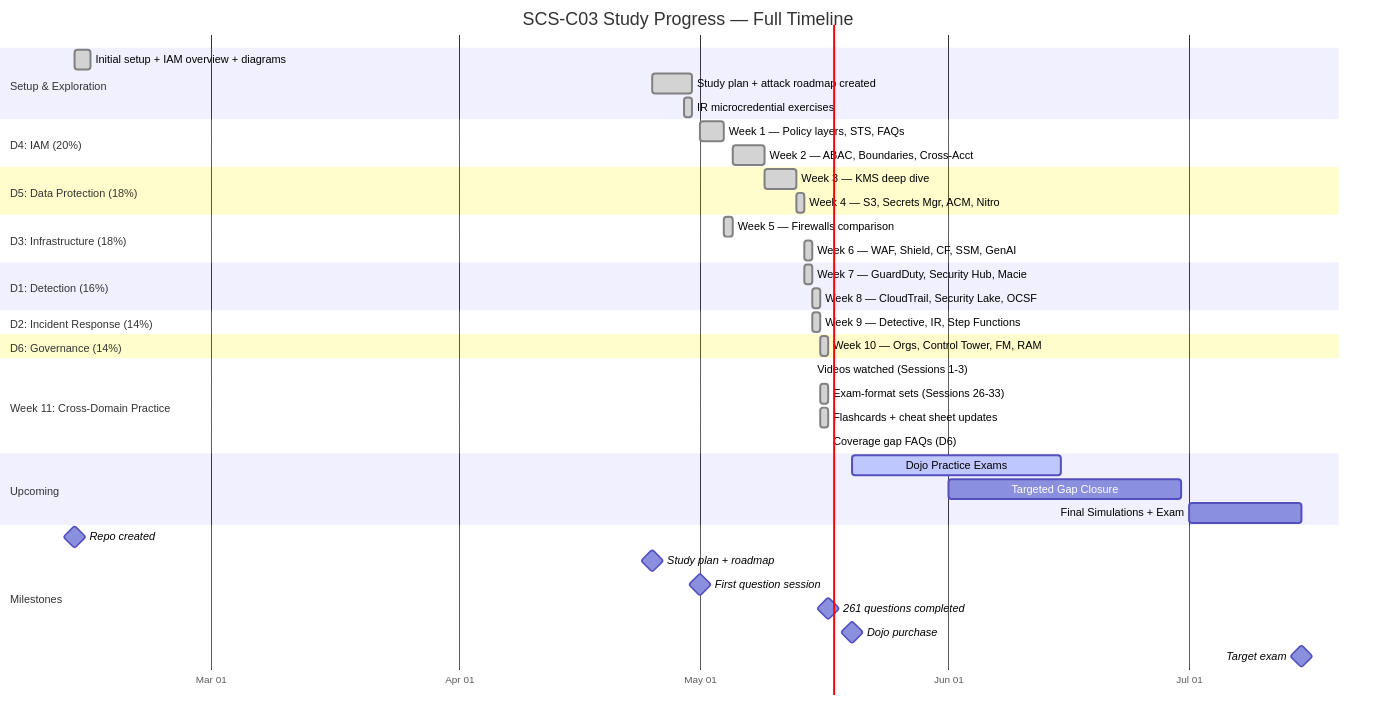
Before: diagrams/study-progress-gantt.png, a diagram exported from Mermaid (kiquetal/aws-security-speciality-2026). Its source is kept beside it as diagrams/study-progress-gantt.mmd.
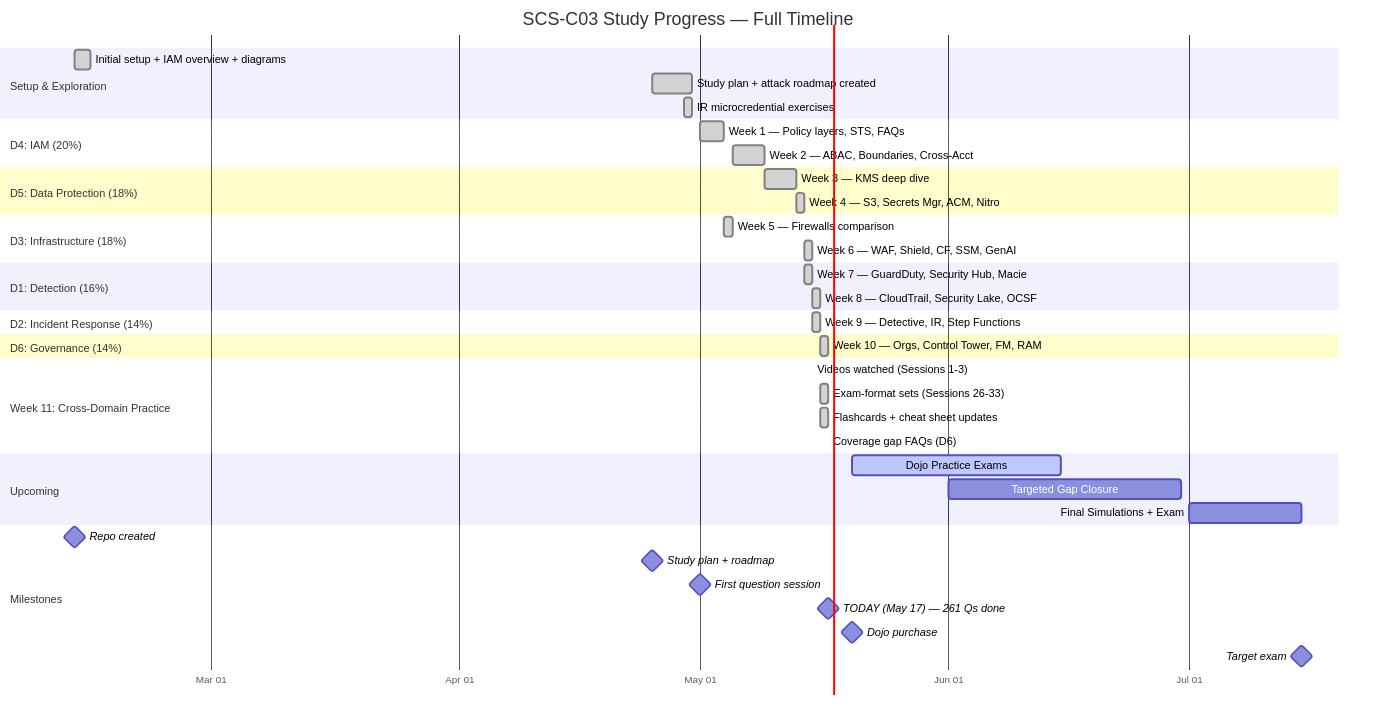
The same file after the commit.

Commit message:
Gantt: label today marker (May 17) for future updates

The edit, as a diff of the source:
```diff
@@ -45,6 +45,6 @@
     Repo created                             :milestone, m0, 2026-02-12, 0d
     Study plan + roadmap                     :milestone, m1, 2026-04-25, 0d
     First question session                   :milestone, m2, 2026-05-01, 0d
-    261 questions completed                  :milestone, m3, 2026-05-17, 0d
+    TODAY (May 17) — 261 Qs done             :milestone, m3, 2026-05-17, 0d
     Dojo purchase                            :milestone, m4, 2026-05-20, 0d
     Target exam                              :milestone, m5, 2026-07-15, 0d
```
